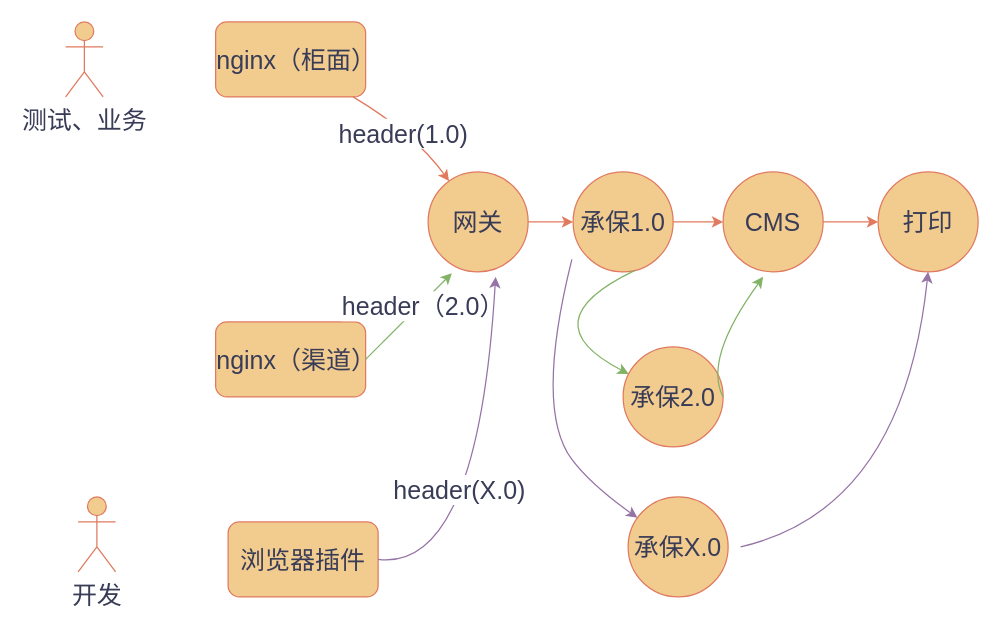
Earlier version of the draw.io diagram 未命名绘图.drawio (java-zengguang/images). Source tidied: cells renumbered, new cells numbered last; positions are measured from the earlier drawing's top-left corner, leaving out a move shared by most shapes. Both pictures are drawn from the tidied source at 125%, with x=0, y=0 at pixel (65, 21).
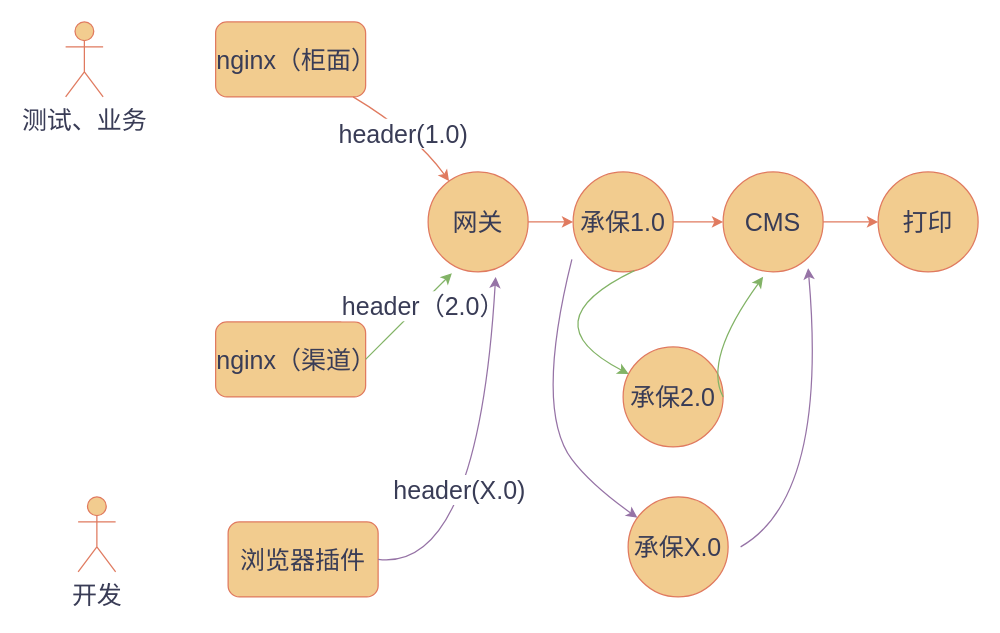
The same diagram, later.

Commit message:
更新未命名绘图.drawio

The change refers to these unchanged cells:
```xml
<mxCell id="7" value="&lt;font style=&quot;font-size: 20px;&quot;&gt;CMS&lt;/font&gt;" style="ellipse;whiteSpace=wrap;html=1;labelBackgroundColor=none;fillColor=#F2CC8F;strokeColor=#E07A5F;fontColor=#393C56;" parent="1" vertex="1">
  <mxGeometry x="526" y="120" width="80" height="80" as="geometry" />
</mxCell>
<mxCell id="15" value="&lt;span style=&quot;font-size: 20px;&quot;&gt;打印&lt;/span&gt;" style="ellipse;whiteSpace=wrap;html=1;labelBackgroundColor=none;fillColor=#F2CC8F;strokeColor=#E07A5F;fontColor=#393C56;" parent="1" vertex="1">
  <mxGeometry x="650" y="120" width="80" height="80" as="geometry" />
</mxCell>
```

Diff of the diagram source:
```diff
@@
-    <mxCell id="26" style="curved=1;endArrow=classic;html=1;rounded=0;strokeColor=#9673a6;fontColor=#393C56;fillColor=#e1d5e7;entryX=0.5;entryY=1;entryDx=0;entryDy=0;" parent="1" edge="1" target="15">
+    <mxCell id="26" style="curved=1;endArrow=classic;html=1;rounded=0;strokeColor=#9673a6;fontColor=#393C56;fillColor=#e1d5e7;entryX=0.85;entryY=0.963;entryDx=0;entryDy=0;entryPerimeter=0;" parent="1" edge="1" target="7">
       <mxGeometry relative="1" as="geometry">
         <mxPoint x="540" y="420" as="sourcePoint" />
         <Array as="points">
-          <mxPoint x="670" y="390" />
+          <mxPoint x="610" y="380" />
         </Array>
       </mxGeometry>
     </mxCell>
```
